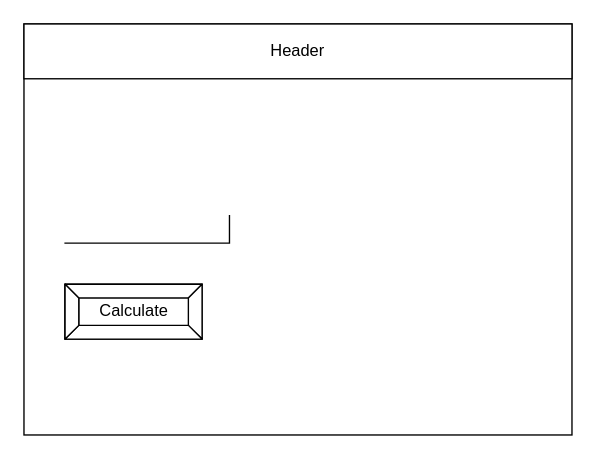
Before: design/story-board.drawio in sam-corbett/ICS2O-Unit3-02-JS, a draw.io diagram. Source tidied: cells renumbered, new cells numbered last; positions are measured from the earlier drawing's top-left corner, leaving out a move shared by most shapes. Both pictures are drawn from the tidied source at 137%, with x=0, y=0 at pixel (23, 23).
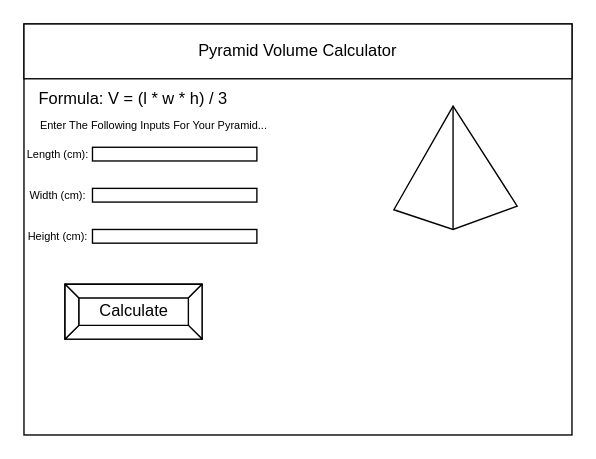
The same diagram, later.

Diff of the diagram source:
```diff
@@
 <mxGraphModel>
   <root>
     <mxCell id="0" />
     <mxCell id="1" parent="0" />
     <mxCell id="2" style="rounded=0;whiteSpace=wrap;html=1;" parent="1" vertex="1">
       <mxGeometry width="400" height="300" as="geometry" />
     </mxCell>
-    <mxCell id="3" value="Header" style="rounded=0;whiteSpace=wrap;html=1;" parent="1" vertex="1">
+    <mxCell id="3" value="Pyramid Volume Calculator" style="rounded=0;whiteSpace=wrap;html=1;" parent="1" vertex="1">
       <mxGeometry width="400" height="40" as="geometry" />
     </mxCell>
-    <mxCell id="4" style="shape=partialRectangle;whiteSpace=wrap;html=1;top=0;left=0;fillColor=none;" parent="1" vertex="1">
-      <mxGeometry x="30" y="140" width="120" height="20" as="geometry" />
-    </mxCell>
     <mxCell id="5" value="Calculate" style="labelPosition=center;verticalLabelPosition=middle;align=center;html=1;shape=mxgraph.basic.button;dx=10;" parent="1" vertex="1">
       <mxGeometry x="30" y="190" width="100" height="40" as="geometry" />
     </mxCell>
+    <mxCell id="6" style="verticalLabelPosition=bottom;verticalAlign=top;html=1;shape=mxgraph.basic.pyramid;dx1=0.48;dx2=0.48;dy1=0.84;dy2=0.81;" parent="1" vertex="1">
+      <mxGeometry x="270" y="60" width="90" height="90" as="geometry" />
+    </mxCell>
+    <mxCell id="7" value="Formula: V = (l * w * h) / 3" style="text;html=1;strokeColor=none;fillColor=none;align=center;verticalAlign=middle;whiteSpace=wrap;rounded=0;" parent="1" vertex="1">
+      <mxGeometry x="10" y="50" width="140" height="10" as="geometry" />
+    </mxCell>
+    <mxCell id="8" value="&lt;div&gt;&lt;span style=&quot;font-size: 8px&quot;&gt;Enter The Following Inputs For Your Pyramid...&lt;/span&gt;&lt;/div&gt;&lt;div&gt;&lt;br&gt;&lt;/div&gt;" style="text;html=1;strokeColor=none;fillColor=none;align=center;verticalAlign=middle;whiteSpace=wrap;rounded=0;fontSize=11;" parent="1" vertex="1">
+      <mxGeometry x="10" y="70" width="170" height="20" as="geometry" />
+    </mxCell>
+    <mxCell id="9" style="rounded=0;whiteSpace=wrap;html=1;fontSize=8;" parent="1" vertex="1">
+      <mxGeometry x="50" y="90" width="120" height="10" as="geometry" />
+    </mxCell>
+    <mxCell id="10" style="rounded=0;whiteSpace=wrap;html=1;fontSize=8;" parent="1" vertex="1">
+      <mxGeometry x="50" y="150" width="120" height="10" as="geometry" />
+    </mxCell>
+    <mxCell id="11" style="rounded=0;whiteSpace=wrap;html=1;fontSize=8;" parent="1" vertex="1">
+      <mxGeometry x="50" y="120" width="120" height="10" as="geometry" />
+    </mxCell>
+    <mxCell id="12" value="Length (cm):" style="text;html=1;strokeColor=none;fillColor=none;align=center;verticalAlign=middle;whiteSpace=wrap;rounded=0;fontSize=8;" parent="1" vertex="1">
+      <mxGeometry y="90" width="50" height="10" as="geometry" />
+    </mxCell>
+    <mxCell id="13" value="Width (cm):" style="text;html=1;strokeColor=none;fillColor=none;align=center;verticalAlign=middle;whiteSpace=wrap;rounded=0;fontSize=8;" parent="1" vertex="1">
+      <mxGeometry y="120" width="50" height="10" as="geometry" />
+    </mxCell>
+    <mxCell id="14" value="Height (cm):" style="text;html=1;strokeColor=none;fillColor=none;align=center;verticalAlign=middle;whiteSpace=wrap;rounded=0;fontSize=8;" parent="1" vertex="1">
+      <mxGeometry y="150" width="50" height="10" as="geometry" />
+    </mxCell>
   </root>
 </mxGraphModel>
```
